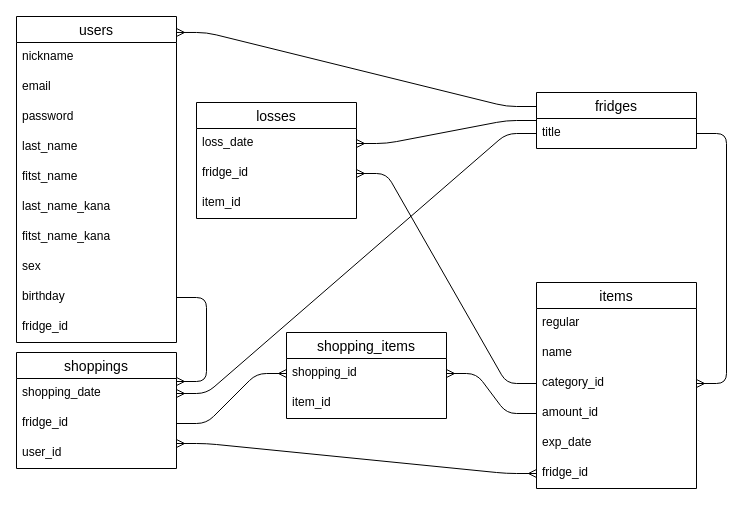
Before: ER.dio in key3966/smart-fridge-2022, a draw.io diagram. Source tidied: cells renumbered, new cells numbered last; positions are measured from the earlier drawing's top-left corner, leaving out a move shared by most shapes. Both pictures are drawn from the tidied source at 100%, with x=0, y=0 at pixel (16, 16).
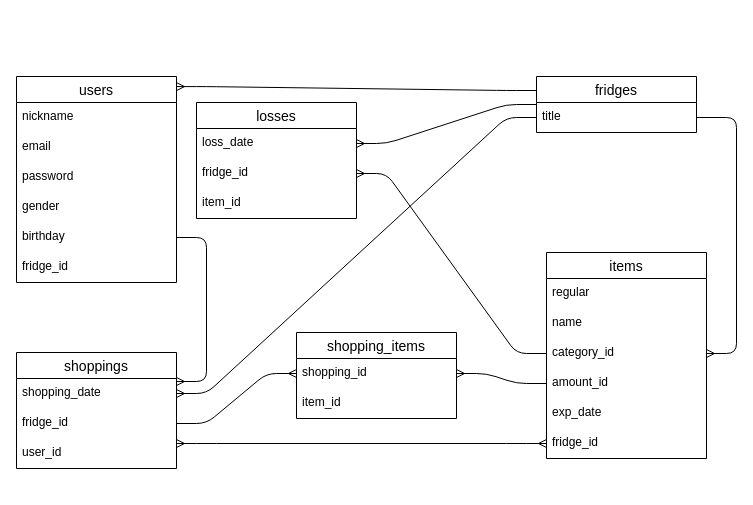
The same diagram, later.

What changed in the source:
```diff
@@
     <mxCell id="2" value="users" style="swimlane;fontStyle=0;horizontal=1;startSize=26;align=center;fontSize=14;" parent="1" vertex="1">
-      <mxGeometry width="160" height="326" as="geometry" />
+      <mxGeometry y="60" width="160" height="206" as="geometry" />
     </mxCell>
@@
-    <mxCell id="6" value="last_name" style="text;strokeColor=none;fillColor=none;spacingLeft=4;spacingRight=4;overflow=hidden;fontSize=12;" parent="2" vertex="1">
-      <mxGeometry y="116" width="160" height="30" as="geometry" />
-    </mxCell>
-    <mxCell id="7" value="fitst_name" style="text;strokeColor=none;fillColor=none;spacingLeft=4;spacingRight=4;overflow=hidden;fontSize=12;" parent="2" vertex="1">
-      <mxGeometry y="146" width="160" height="30" as="geometry" />
-    </mxCell>
-    <mxCell id="8" value="last_name_kana" style="text;strokeColor=none;fillColor=none;spacingLeft=4;spacingRight=4;overflow=hidden;fontSize=12;" parent="2" vertex="1">
-      <mxGeometry y="176" width="160" height="30" as="geometry" />
-    </mxCell>
-    <mxCell id="9" value="fitst_name_kana" style="text;strokeColor=none;fillColor=none;spacingLeft=4;spacingRight=4;overflow=hidden;fontSize=12;" parent="2" vertex="1">
-      <mxGeometry y="206" width="160" height="30" as="geometry" />
-    </mxCell>
-    <mxCell id="10" value="sex" style="text;strokeColor=none;fillColor=none;spacingLeft=4;spacingRight=4;overflow=hidden;fontSize=12;" parent="2" vertex="1">
-      <mxGeometry y="236" width="160" height="30" as="geometry" />
+    <mxCell id="10" value="gender" style="text;strokeColor=none;fillColor=none;spacingLeft=4;spacingRight=4;overflow=hidden;fontSize=12;" parent="2" vertex="1">
+      <mxGeometry y="116" width="160" height="30" as="geometry" />
     </mxCell>
     <mxCell id="11" value="birthday" style="text;strokeColor=none;fillColor=none;spacingLeft=4;spacingRight=4;overflow=hidden;points=[[0,0.5],[1,0.5]];portConstraint=eastwest;fontSize=12;" parent="2" vertex="1">
-      <mxGeometry y="266" width="160" height="30" as="geometry" />
+      <mxGeometry y="146" width="160" height="30" as="geometry" />
     </mxCell>
     <mxCell id="12" value="fridge_id" style="text;strokeColor=none;fillColor=none;spacingLeft=4;spacingRight=4;overflow=hidden;fontSize=12;" parent="2" vertex="1">
-      <mxGeometry y="296" width="160" height="30" as="geometry" />
+      <mxGeometry y="176" width="160" height="30" as="geometry" />
     </mxCell>
     <mxCell id="13" value="fridges" style="swimlane;fontStyle=0;horizontal=1;startSize=26;align=center;fontSize=14;" parent="1" vertex="1">
-      <mxGeometry x="520" y="76" width="160" height="56" as="geometry" />
+      <mxGeometry x="520" y="60" width="160" height="56" as="geometry" />
     </mxCell>
@@
     <mxCell id="15" value="items" style="swimlane;fontStyle=0;horizontal=1;startSize=26;align=center;fontSize=14;" parent="1" vertex="1">
-      <mxGeometry x="520" y="266" width="160" height="206" as="geometry" />
+      <mxGeometry x="530" y="236" width="160" height="206" as="geometry" />
     </mxCell>
@@
     <mxCell id="35" value="shopping_items" style="swimlane;fontStyle=0;horizontal=1;startSize=26;align=center;fontSize=14;" parent="1" vertex="1">
-      <mxGeometry x="270" y="316" width="160" height="86" as="geometry" />
+      <mxGeometry x="280" y="316" width="160" height="86" as="geometry" />
     </mxCell>
```
